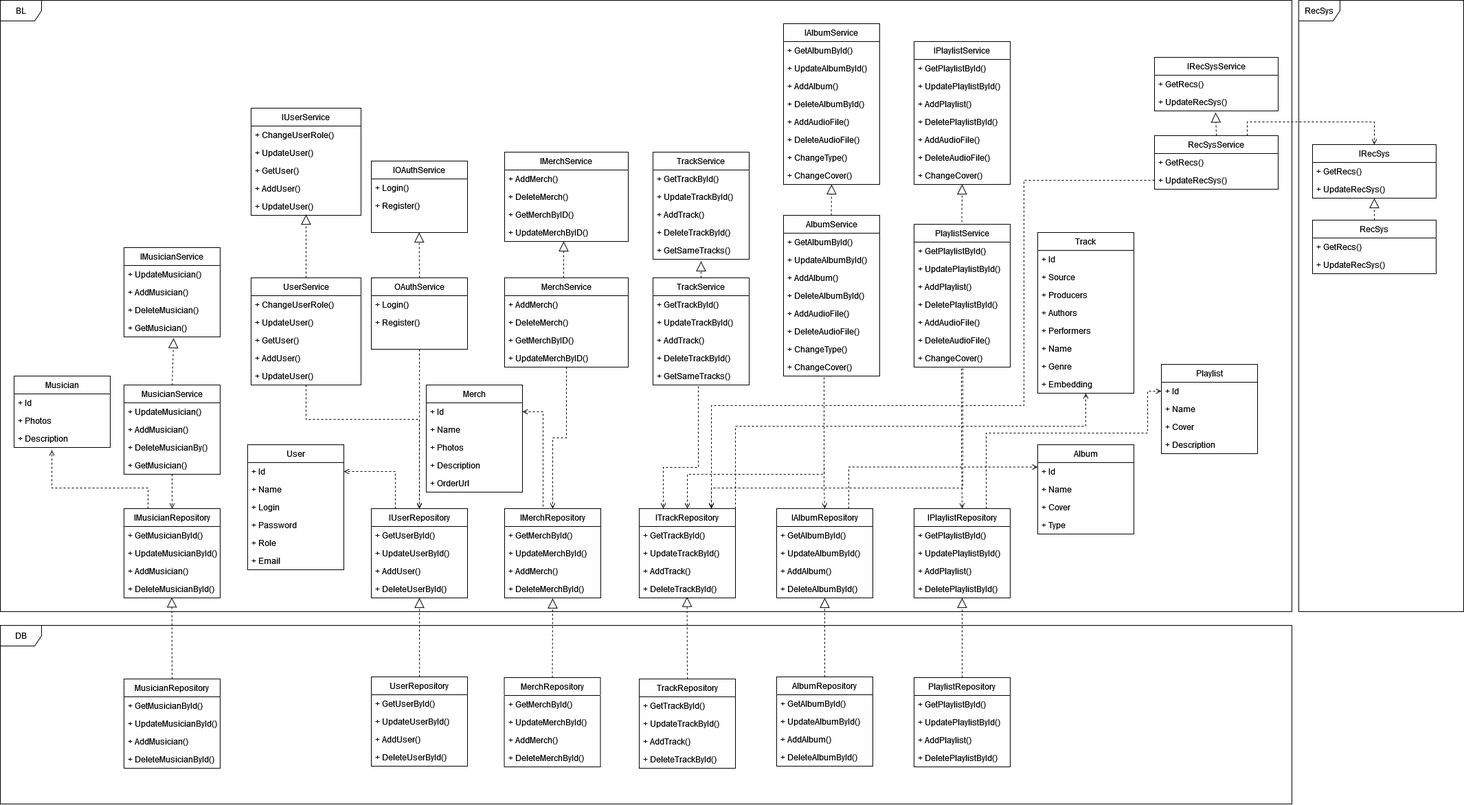
Before: docs/classdiag.png, a diagram exported from draw.io (BuldakovMikhail/muzyaka). Source tidied: cells renumbered, new cells last; positions are measured from the earlier drawing's top-left corner, leaving out a move shared by most shapes.
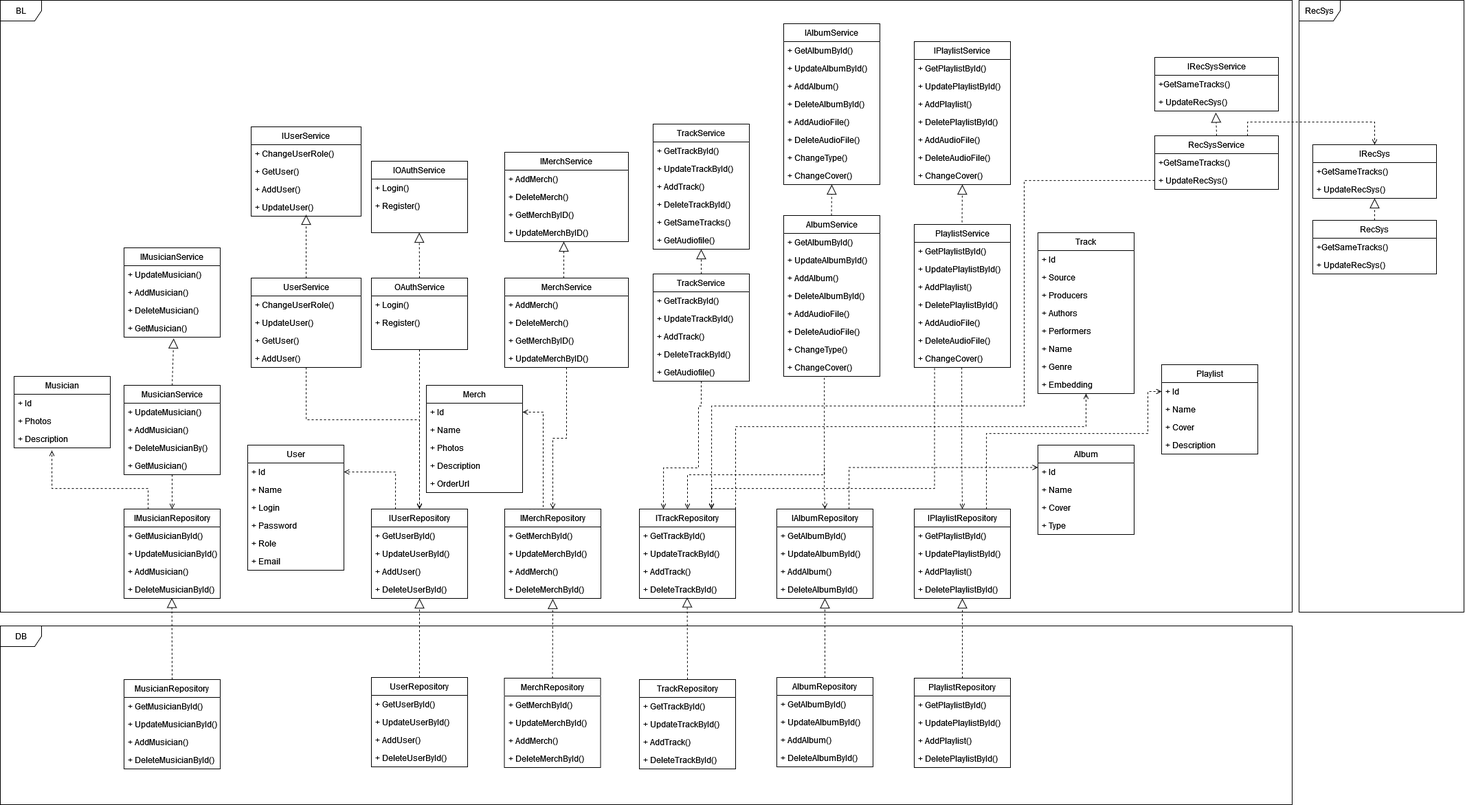
Later version of the same file.

Diff of the diagram source:
```diff
@@ -77,7 +77,7 @@
       </mxGeometry>
     </mxCell>
     <mxCell id="25" value="UserService" style="swimlane;fontStyle=0;horizontal=1;startSize=26;fillColor=none;whiteSpace=wrap;html=1;" parent="1" vertex="1">
-      <mxGeometry x="365" y="404" width="160" height="156" as="geometry" />
+      <mxGeometry x="365" y="404" width="160" height="130" as="geometry" />
     </mxCell>
     <mxCell id="26" value="+ ChangeUserRole()" style="text;strokeColor=none;fillColor=none;align=left;verticalAlign=top;spacingLeft=4;spacingRight=4;overflow=hidden;whiteSpace=wrap;html=1;" parent="25" vertex="1">
       <mxGeometry y="26" width="160" height="26" as="geometry" />
@@ -91,9 +91,6 @@
     <mxCell id="29" value="+ AddUser()" style="text;strokeColor=none;fillColor=none;align=left;verticalAlign=top;spacingLeft=4;spacingRight=4;overflow=hidden;whiteSpace=wrap;html=1;" parent="25" vertex="1">
       <mxGeometry y="104" width="160" height="26" as="geometry" />
     </mxCell>
-    <mxCell id="30" value="+ UpdateUser()" style="text;strokeColor=none;fillColor=none;align=left;verticalAlign=top;spacingLeft=4;spacingRight=4;overflow=hidden;whiteSpace=wrap;html=1;" parent="25" vertex="1">
-      <mxGeometry y="130" width="160" height="26" as="geometry" />
-    </mxCell>
     <mxCell id="31" value="TrackRepository" style="swimlane;fontStyle=0;horizontal=1;startSize=26;fillColor=none;whiteSpace=wrap;html=1;" parent="1" vertex="1">
       <mxGeometry x="930" y="988" width="140" height="130" as="geometry" />
     </mxCell>
@@ -290,7 +287,7 @@
       <mxGeometry relative="1" as="geometry" />
     </mxCell>
     <mxCell id="90" value="TrackService" style="swimlane;fontStyle=0;horizontal=1;startSize=26;fillColor=none;whiteSpace=wrap;html=1;" parent="1" vertex="1">
-      <mxGeometry x="950" y="404" width="140" height="156" as="geometry" />
+      <mxGeometry x="950" y="398" width="140" height="156" as="geometry" />
     </mxCell>
     <mxCell id="91" value="+ GetTrackById()" style="text;strokeColor=none;fillColor=none;align=left;verticalAlign=top;spacingLeft=4;spacingRight=4;overflow=hidden;whiteSpace=wrap;html=1;" parent="90" vertex="1">
       <mxGeometry y="26" width="140" height="26" as="geometry" />
@@ -304,20 +301,21 @@
     <mxCell id="94" value="+ DeleteTrackById()" style="text;strokeColor=none;fillColor=none;align=left;verticalAlign=top;spacingLeft=4;spacingRight=4;overflow=hidden;whiteSpace=wrap;html=1;" parent="90" vertex="1">
       <mxGeometry y="104" width="140" height="26" as="geometry" />
     </mxCell>
-    <mxCell id="95" value="+ GetSameTracks()" style="text;strokeColor=none;fillColor=none;align=left;verticalAlign=top;spacingLeft=4;spacingRight=4;overflow=hidden;whiteSpace=wrap;html=1;" parent="90" vertex="1">
-      <mxGeometry y="130" width="140" height="26" as="geometry" />
-    </mxCell>
+    <mxCell id="231" value="+ GetAudiofile()" style="text;strokeColor=none;fillColor=none;align=left;verticalAlign=top;spacingLeft=4;spacingRight=4;overflow=hidden;whiteSpace=wrap;html=1;" parent="90" vertex="1">
+      <mxGeometry y="130" width="140" height="26" as="geometry" />
+    </mxCell>
     <mxCell id="96" style="edgeStyle=orthogonalEdgeStyle;rounded=0;jettySize=auto;html=1;exitX=0.5;exitY=1;exitDx=0;exitDy=0;entryX=0.25;entryY=0;entryDx=0;entryDy=0;dashed=1;endArrow=open;endFill=0;" parent="1" edge="1" source="90" target="60">
       <mxGeometry relative="1" as="geometry">
         <Array as="points">
-          <mxPoint x="1016" y="560" />
+          <mxPoint x="1020" y="590" />
+          <mxPoint x="1016" y="590" />
           <mxPoint x="1016" y="680" />
           <mxPoint x="965" y="680" />
         </Array>
       </mxGeometry>
     </mxCell>
     <mxCell id="97" value="TrackService" style="swimlane;fontStyle=0;horizontal=1;startSize=26;fillColor=none;whiteSpace=wrap;html=1;" parent="1" vertex="1">
-      <mxGeometry x="950" y="221" width="140" height="156" as="geometry" />
+      <mxGeometry x="950" y="180" width="140" height="182" as="geometry" />
     </mxCell>
     <mxCell id="98" value="+ GetTrackById()" style="text;strokeColor=none;fillColor=none;align=left;verticalAlign=top;spacingLeft=4;spacingRight=4;overflow=hidden;whiteSpace=wrap;html=1;" parent="97" vertex="1">
       <mxGeometry y="26" width="140" height="26" as="geometry" />
@@ -334,10 +332,11 @@
     <mxCell id="102" value="+ GetSameTracks()" style="text;strokeColor=none;fillColor=none;align=left;verticalAlign=top;spacingLeft=4;spacingRight=4;overflow=hidden;whiteSpace=wrap;html=1;" parent="97" vertex="1">
       <mxGeometry y="130" width="140" height="26" as="geometry" />
     </mxCell>
+    <mxCell id="232" value="+ GetAudiofile()" style="text;strokeColor=none;fillColor=none;align=left;verticalAlign=top;spacingLeft=4;spacingRight=4;overflow=hidden;points=[[0,0.5],[1,0.5]];portConstraint=eastwest;whiteSpace=wrap;html=1;" parent="97" vertex="1">
+      <mxGeometry y="156" width="140" height="26" as="geometry" />
+    </mxCell>
-    <mxCell id="103" style="endArrow=block;dashed=1;endFill=0;endSize=12;html=1;rounded=0;exitX=0.5;exitY=0;exitDx=0;exitDy=0;" parent="1" edge="1" source="90">
-      <mxGeometry relative="1" as="geometry">
-        <mxPoint x="1020" y="380" as="targetPoint" />
-      </mxGeometry>
+    <mxCell id="103" style="endArrow=block;dashed=1;endFill=0;endSize=12;html=1;rounded=0;exitX=0.5;exitY=0;exitDx=0;exitDy=0;" parent="1" edge="1" source="90" target="232">
+      <mxGeometry relative="1" as="geometry" />
     </mxCell>
     <mxCell id="104" style="endArrow=block;dashed=1;endFill=0;endSize=12;html=1;rounded=0;exitX=0.5;exitY=0;exitDx=0;exitDy=0;" parent="1" edge="1">
       <mxGeometry relative="1" as="geometry">
@@ -484,18 +483,18 @@
     <mxCell id="144" value="+ ChangeCover()" style="text;strokeColor=none;fillColor=none;align=left;verticalAlign=top;spacingLeft=4;spacingRight=4;overflow=hidden;points=[[0,0.5],[1,0.5]];portConstraint=eastwest;whiteSpace=wrap;html=1;" parent="137" vertex="1">
       <mxGeometry y="182" width="140" height="26" as="geometry" />
     </mxCell>
-    <mxCell id="145" style="edgeStyle=orthogonalEdgeStyle;rounded=0;jettySize=auto;html=1;exitX=0.506;exitY=1.062;exitDx=0;exitDy=0;entryX=0.75;entryY=0;entryDx=0;entryDy=0;dashed=1;exitPerimeter=0;endArrow=open;endFill=0;" parent="1" edge="1" source="144" target="60">
+    <mxCell id="145" style="edgeStyle=orthogonalEdgeStyle;rounded=0;jettySize=auto;html=1;entryX=0.75;entryY=0;entryDx=0;entryDy=0;dashed=1;endArrow=open;endFill=0;exitX=0.211;exitY=1.038;exitDx=0;exitDy=0;exitPerimeter=0;" parent="1" edge="1" source="144" target="60">
       <mxGeometry relative="1" as="geometry">
         <Array as="points">
-          <mxPoint x="1401" y="710" />
+          <mxPoint x="1360" y="710" />
           <mxPoint x="1035" y="710" />
         </Array>
       </mxGeometry>
     </mxCell>
-    <mxCell id="146" style="edgeStyle=orthogonalEdgeStyle;rounded=0;jettySize=auto;html=1;exitX=0.492;exitY=1.077;exitDx=0;exitDy=0;entryX=0.5;entryY=0;entryDx=0;entryDy=0;dashed=1;exitPerimeter=0;endArrow=open;endFill=0;" parent="1" edge="1" source="144" target="79">
+    <mxCell id="146" style="edgeStyle=orthogonalEdgeStyle;rounded=0;jettySize=auto;html=1;entryX=0.5;entryY=0;entryDx=0;entryDy=0;dashed=1;endArrow=open;endFill=0;" parent="1" edge="1" source="144" target="79">
       <mxGeometry relative="1" as="geometry">
         <Array as="points">
-          <mxPoint x="1400" y="662" />
+          <mxPoint x="1399" y="662" />
         </Array>
       </mxGeometry>
     </mxCell>
@@ -571,22 +570,19 @@
       <mxGeometry relative="1" as="geometry" />
     </mxCell>
     <mxCell id="170" value="IUserService" style="swimlane;fontStyle=0;horizontal=1;startSize=26;fillColor=none;whiteSpace=wrap;html=1;" parent="1" vertex="1">
-      <mxGeometry x="365" y="157" width="160" height="156" as="geometry" />
+      <mxGeometry x="365" y="184" width="160" height="130" as="geometry" />
     </mxCell>
     <mxCell id="171" value="+ ChangeUserRole()" style="text;strokeColor=none;fillColor=none;align=left;verticalAlign=top;spacingLeft=4;spacingRight=4;overflow=hidden;whiteSpace=wrap;html=1;" parent="170" vertex="1">
       <mxGeometry y="26" width="160" height="26" as="geometry" />
     </mxCell>
-    <mxCell id="172" value="+ UpdateUser()" style="text;strokeColor=none;fillColor=none;align=left;verticalAlign=top;spacingLeft=4;spacingRight=4;overflow=hidden;whiteSpace=wrap;html=1;" parent="170" vertex="1">
-      <mxGeometry y="52" width="160" height="26" as="geometry" />
-    </mxCell>
     <mxCell id="173" value="+ GetUser()" style="text;strokeColor=none;fillColor=none;align=left;verticalAlign=top;spacingLeft=4;spacingRight=4;overflow=hidden;whiteSpace=wrap;html=1;" parent="170" vertex="1">
-      <mxGeometry y="78" width="160" height="26" as="geometry" />
+      <mxGeometry y="52" width="160" height="26" as="geometry" />
     </mxCell>
     <mxCell id="174" value="+ AddUser()" style="text;strokeColor=none;fillColor=none;align=left;verticalAlign=top;spacingLeft=4;spacingRight=4;overflow=hidden;whiteSpace=wrap;html=1;" parent="170" vertex="1">
-      <mxGeometry y="104" width="160" height="26" as="geometry" />
+      <mxGeometry y="78" width="160" height="26" as="geometry" />
     </mxCell>
     <mxCell id="175" value="+ UpdateUser()" style="text;strokeColor=none;fillColor=none;align=left;verticalAlign=top;spacingLeft=4;spacingRight=4;overflow=hidden;whiteSpace=wrap;html=1;" parent="170" vertex="1">
-      <mxGeometry y="130" width="160" height="26" as="geometry" />
+      <mxGeometry y="104" width="160" height="26" as="geometry" />
     </mxCell>
     <mxCell id="176" value="BL" style="shape=umlFrame;whiteSpace=wrap;html=1;" parent="1" vertex="1">
       <mxGeometry width="1880" height="890" as="geometry" />
@@ -713,7 +709,7 @@
     <mxCell id="215" value="IRecSys" style="swimlane;fontStyle=0;horizontal=1;startSize=26;fillColor=none;whiteSpace=wrap;html=1;" parent="1" vertex="1">
       <mxGeometry x="1910" y="210" width="180" height="78" as="geometry" />
     </mxCell>
-    <mxCell id="216" value="+ GetRecs()" style="text;strokeColor=none;fillColor=none;align=left;verticalAlign=top;spacingLeft=4;spacingRight=4;overflow=hidden;whiteSpace=wrap;html=1;" parent="215" vertex="1">
+    <mxCell id="216" value="+GetSameTracks()" style="text;strokeColor=none;fillColor=none;align=left;verticalAlign=top;spacingLeft=4;spacingRight=4;overflow=hidden;whiteSpace=wrap;html=1;" parent="215" vertex="1">
       <mxGeometry y="26" width="180" height="26" as="geometry" />
     </mxCell>
     <mxCell id="217" value="+ UpdateRecSys()" style="text;strokeColor=none;fillColor=none;align=left;verticalAlign=top;spacingLeft=4;spacingRight=4;overflow=hidden;points=[[0,0.5],[1,0.5]];portConstraint=eastwest;whiteSpace=wrap;html=1;" parent="215" vertex="1">
@@ -722,7 +718,7 @@
     <mxCell id="218" value="RecSys" style="swimlane;fontStyle=0;horizontal=1;startSize=26;fillColor=none;whiteSpace=wrap;html=1;" parent="1" vertex="1">
       <mxGeometry x="1910" y="320" width="180" height="78" as="geometry" />
     </mxCell>
-    <mxCell id="219" value="+ GetRecs()" style="text;strokeColor=none;fillColor=none;align=left;verticalAlign=top;spacingLeft=4;spacingRight=4;overflow=hidden;whiteSpace=wrap;html=1;" parent="218" vertex="1">
+    <mxCell id="219" value="+GetSameTracks()" style="text;strokeColor=none;fillColor=none;align=left;verticalAlign=top;spacingLeft=4;spacingRight=4;overflow=hidden;whiteSpace=wrap;html=1;" parent="218" vertex="1">
       <mxGeometry y="26" width="180" height="26" as="geometry" />
     </mxCell>
     <mxCell id="220" value="+ UpdateRecSys()" style="text;strokeColor=none;fillColor=none;align=left;verticalAlign=top;spacingLeft=4;spacingRight=4;overflow=hidden;whiteSpace=wrap;html=1;" parent="218" vertex="1">
@@ -737,7 +733,7 @@
     <mxCell id="223" value="RecSysService" style="swimlane;fontStyle=0;horizontal=1;startSize=26;fillColor=none;whiteSpace=wrap;html=1;" parent="1" vertex="1">
       <mxGeometry x="1680" y="197" width="180" height="78" as="geometry" />
     </mxCell>
-    <mxCell id="224" value="+ GetRecs()" style="text;strokeColor=none;fillColor=none;align=left;verticalAlign=top;spacingLeft=4;spacingRight=4;overflow=hidden;whiteSpace=wrap;html=1;" parent="223" vertex="1">
+    <mxCell id="224" value="+GetSameTracks()" style="text;strokeColor=none;fillColor=none;align=left;verticalAlign=top;spacingLeft=4;spacingRight=4;overflow=hidden;whiteSpace=wrap;html=1;" parent="223" vertex="1">
       <mxGeometry y="26" width="180" height="26" as="geometry" />
     </mxCell>
     <mxCell id="225" value="+ UpdateRecSys()" style="text;strokeColor=none;fillColor=none;align=left;verticalAlign=top;spacingLeft=4;spacingRight=4;overflow=hidden;points=[[0,0.5],[1,0.5]];portConstraint=eastwest;whiteSpace=wrap;html=1;" parent="223" vertex="1">
@@ -746,7 +742,7 @@
     <mxCell id="226" value="IRecSysService" style="swimlane;fontStyle=0;horizontal=1;startSize=26;fillColor=none;whiteSpace=wrap;html=1;" parent="1" vertex="1">
       <mxGeometry x="1680" y="83" width="180" height="78" as="geometry" />
     </mxCell>
-    <mxCell id="227" value="+ GetRecs()" style="text;strokeColor=none;fillColor=none;align=left;verticalAlign=top;spacingLeft=4;spacingRight=4;overflow=hidden;whiteSpace=wrap;html=1;" parent="226" vertex="1">
+    <mxCell id="227" value="+GetSameTracks()" style="text;strokeColor=none;fillColor=none;align=left;verticalAlign=top;spacingLeft=4;spacingRight=4;overflow=hidden;whiteSpace=wrap;html=1;" parent="226" vertex="1">
       <mxGeometry y="26" width="180" height="26" as="geometry" />
     </mxCell>
     <mxCell id="228" value="+ UpdateRecSys()" style="text;strokeColor=none;fillColor=none;align=left;verticalAlign=top;spacingLeft=4;spacingRight=4;overflow=hidden;points=[[0,0.5],[1,0.5]];portConstraint=eastwest;whiteSpace=wrap;html=1;" parent="226" vertex="1">
```
